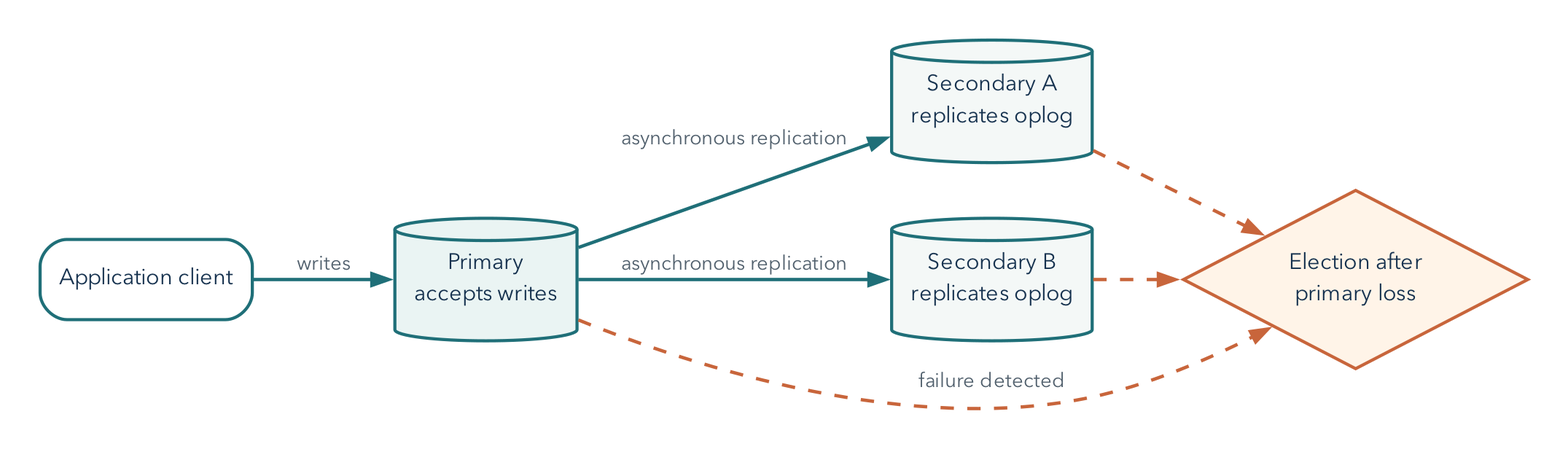
Before: course_materials/figures/replica_set.png, a diagram exported from Graphviz (lolusername/CST4714_OER). Its source is kept beside it as course_materials/figures/replica_set.dot. The source it was exported from:
```dot
digraph ReplicaSet {
  graph [bgcolor="transparent", rankdir=LR, pad=0.25, nodesep=0.35, ranksep=0.55,
         fontname="Avenir Next"];
  node [shape=cylinder, style=filled, fontname="Avenir Next", fontsize=10,
        color="#1F6F78", fillcolor="#F4F8F7", fontcolor="#16324F", penwidth=1.4,
        margin="0.12,0.08"];
  edge [color="#1F6F78", penwidth=1.5, arrowsize=0.75, fontname="Avenir Next",
        fontsize=9, fontcolor="#51606D"];

  client [shape=box, style="rounded,filled", label="Application client", fillcolor="#FFFFFF"];
  primary [label="Primary\naccepts writes", fillcolor="#EAF4F3"];
  secondary1 [label="Secondary A\nreplicates oplog"];
  secondary2 [label="Secondary B\nreplicates oplog"];
  election [shape=diamond, label="Election after\nprimary loss", fillcolor="#FFF4E8", color="#C8653B"];

  client -> primary [label="writes"];
  primary -> secondary1 [label="asynchronous replication"];
  primary -> secondary2 [label="asynchronous replication"];
  primary -> election [style=dashed, color="#C8653B", label="failure detected"];
  secondary1 -> election [style=dashed, color="#C8653B"];
  secondary2 -> election [style=dashed, color="#C8653B"];
}
```
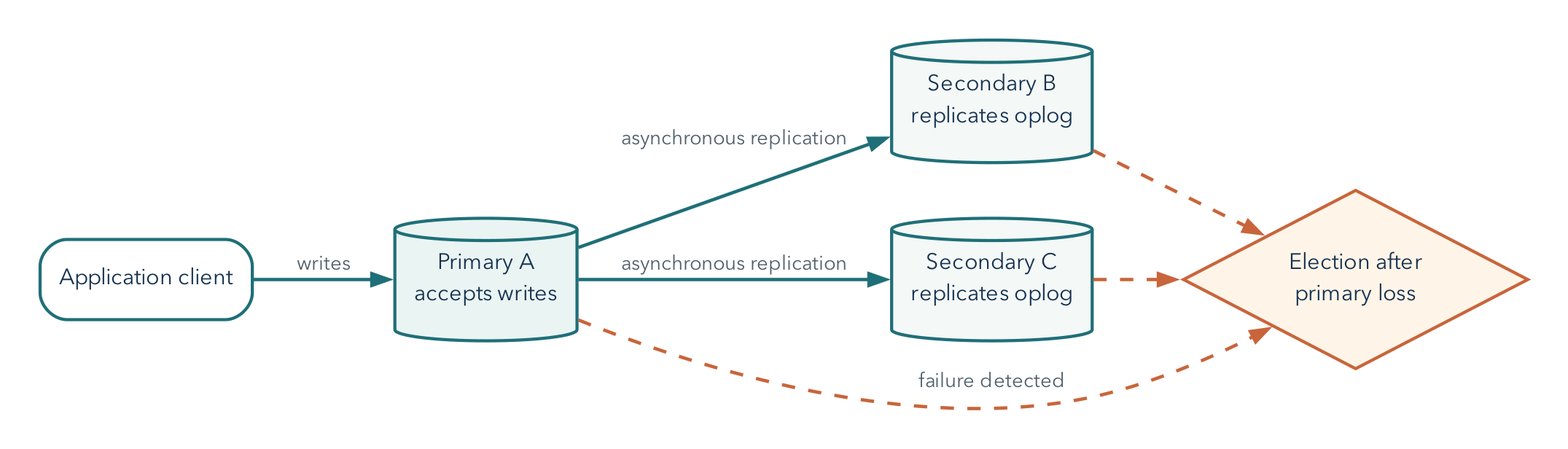
The same file after the commit.

Diff of the diagram source:
```diff
@@ -8,9 +8,9 @@
         fontsize=9, fontcolor="#51606D"];
 
   client [shape=box, style="rounded,filled", label="Application client", fillcolor="#FFFFFF"];
-  primary [label="Primary\naccepts writes", fillcolor="#EAF4F3"];
-  secondary1 [label="Secondary A\nreplicates oplog"];
-  secondary2 [label="Secondary B\nreplicates oplog"];
+  primary [label="Primary A\naccepts writes", fillcolor="#EAF4F3"];
+  secondary1 [label="Secondary B\nreplicates oplog"];
+  secondary2 [label="Secondary C\nreplicates oplog"];
   election [shape=diamond, label="Election after\nprimary loss", fillcolor="#FFF4E8", color="#C8653B"];
 
   client -> primary [label="writes"];
```
